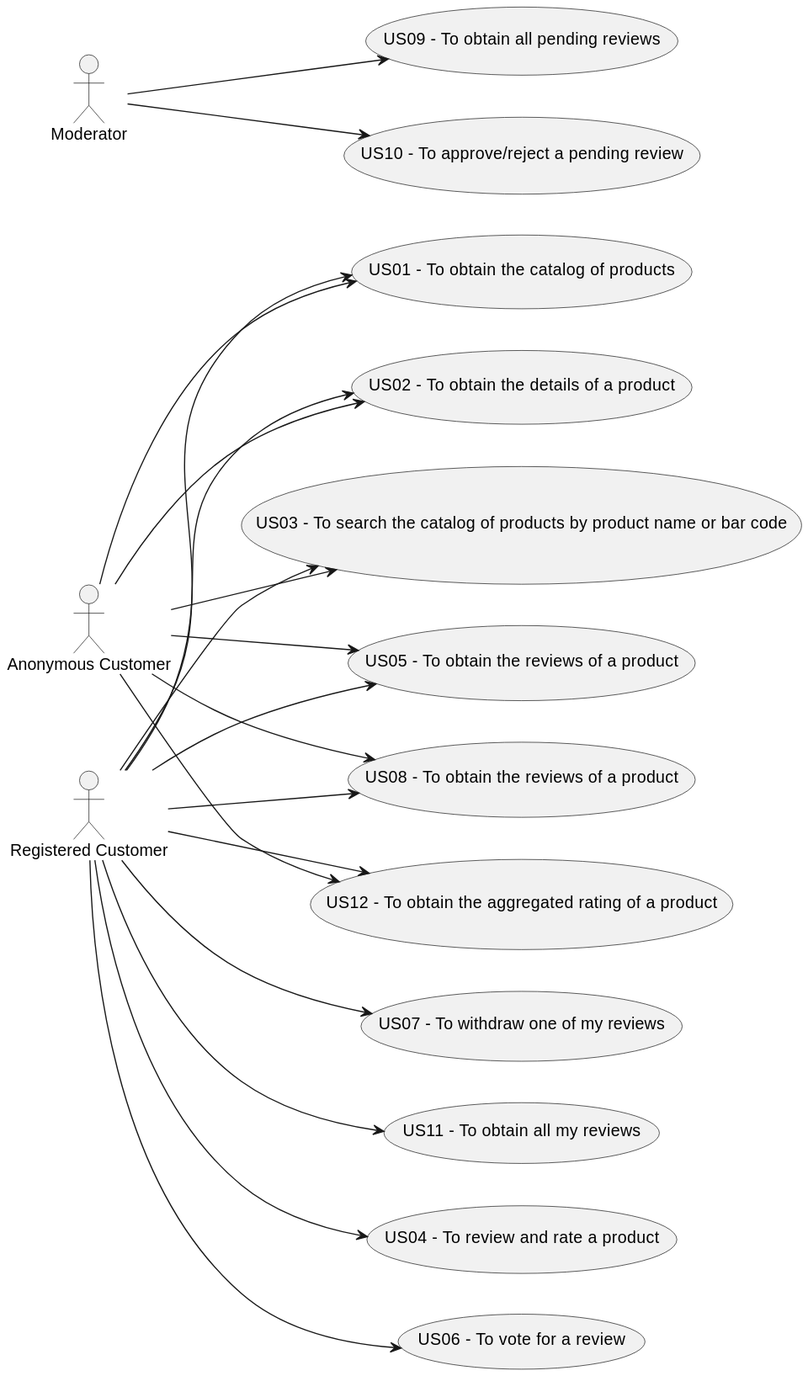
The PlantUML diagram Docs/UCD.svg in TiagoNora/SIDIS-Docs, before a commit. The source it was exported from:
```plantuml
@startuml

left to right direction


:Anonymous Customer: as aCostumer
:Registered Customer: as rCostumer
:Moderator: as moderator


(US01  - To obtain the catalog of products) as US01
(US02  - To obtain the details of a product) as US02
(US03  - To search the catalog of products by product name or bar code) as US03
(US04  - To review and rate a product) as US04
(US05  - To obtain the reviews of a product) as US05
(US06  - To vote for a review) as US06
(US07  - To withdraw one of my reviews) as US07
(US08  - To obtain the reviews of a product) as US08
(US09  - To obtain all pending reviews) as US09
(US10  - To approve/reject a pending review) as US10
(US11  - To obtain all my reviews) as US11
(US12  - To obtain the aggregated rating of a product) as US12

aCostumer --> US01
aCostumer --> US02
aCostumer --> US03

rCostumer --> US01
rCostumer --> US02
rCostumer --> US03

rCostumer --> US04
rCostumer --> US05
aCostumer --> US05

rCostumer --> US06
rCostumer --> US07
rCostumer --> US08
aCostumer --> US08

moderator --> US09
moderator --> US10
rCostumer --> US11

aCostumer --> US12
rCostumer --> US12





@enduml
```
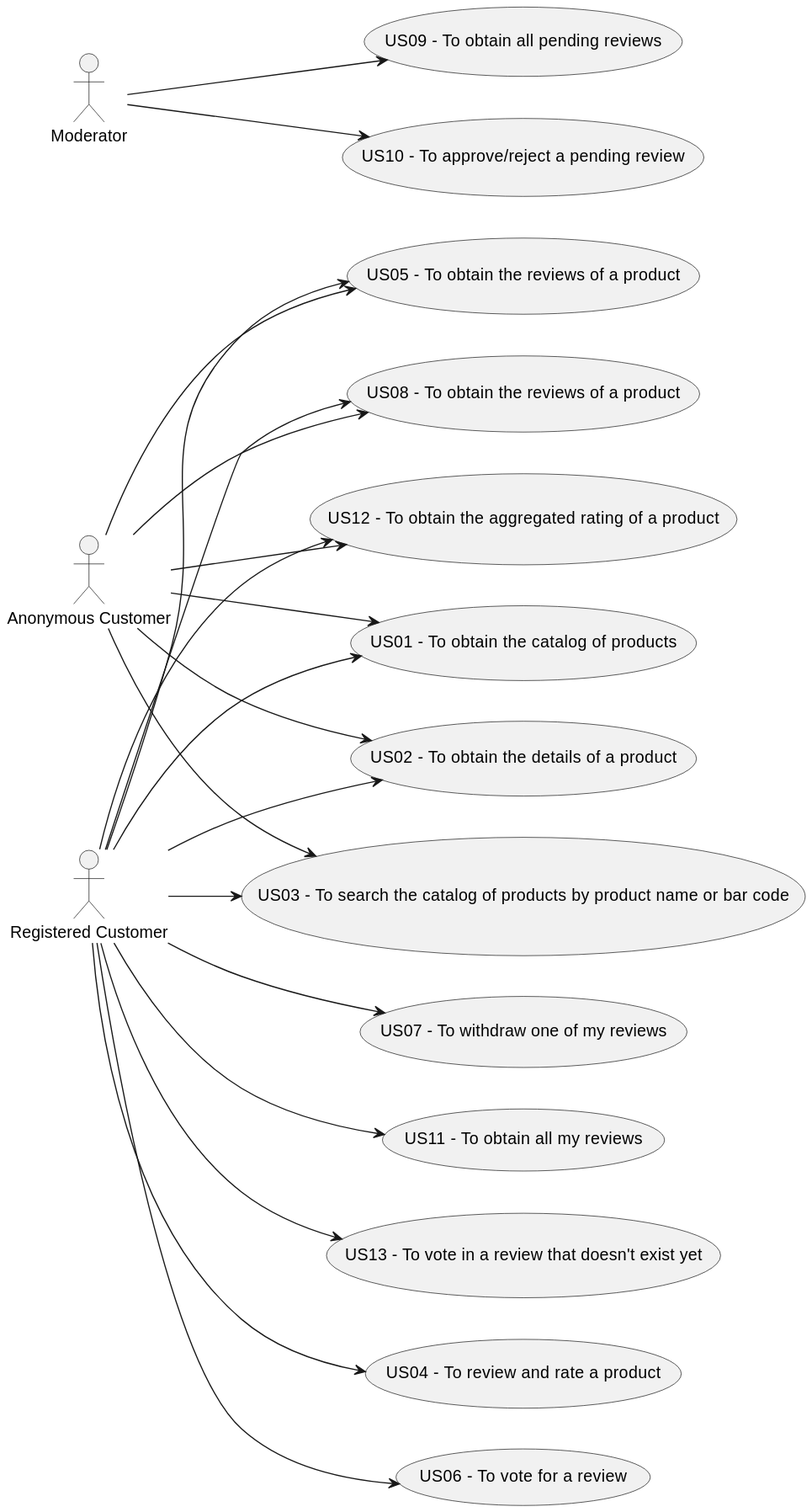
After the commit.

Diff of the diagram source:
```diff
@@ -20,6 +20,7 @@
 (US10  - To approve/reject a pending review) as US10
 (US11  - To obtain all my reviews) as US11
 (US12  - To obtain the aggregated rating of a product) as US12
+(US13  - To vote in a review that doesn't exist yet) as US13
 
 aCostumer --> US01
 aCostumer --> US02
@@ -45,6 +46,8 @@
 aCostumer --> US12
 rCostumer --> US12
 
+rCostumer --> US13
+
 
 
 
```
